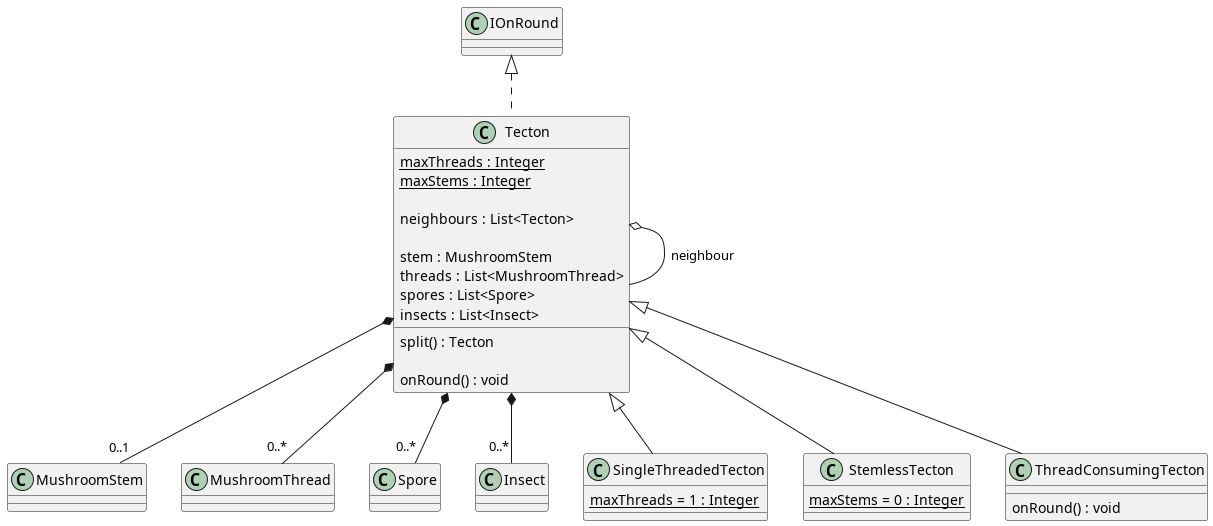
The PlantUML diagram out/3/classes/tecton/tecton.png in Petya-G/fungorium, before a commit.
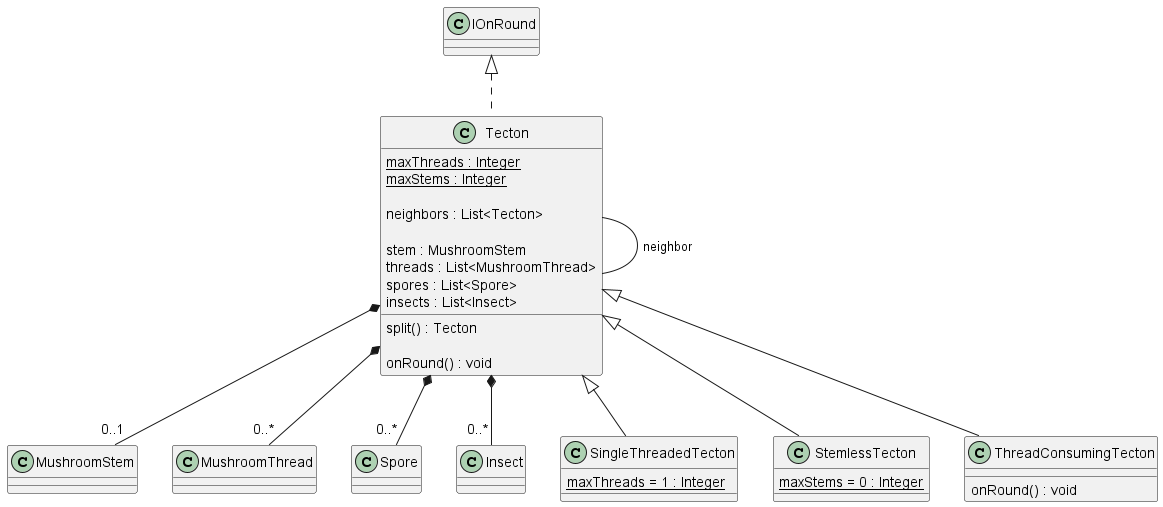
After the change.

What changed in the source:
```diff
@@ -1,11 +1,11 @@
 @startuml tecton
   IOnRound <|.. Tecton
-  Tecton  o-- Tecton : neighbour
+  Tecton  -- Tecton : neighbor
   class Tecton {
     {static} maxThreads : Integer
     {static} maxStems : Integer
 
-    neighbours : List<Tecton>
+    neighbors : List<Tecton>
 
     stem : MushroomStem
     threads : List<MushroomThread>
```
